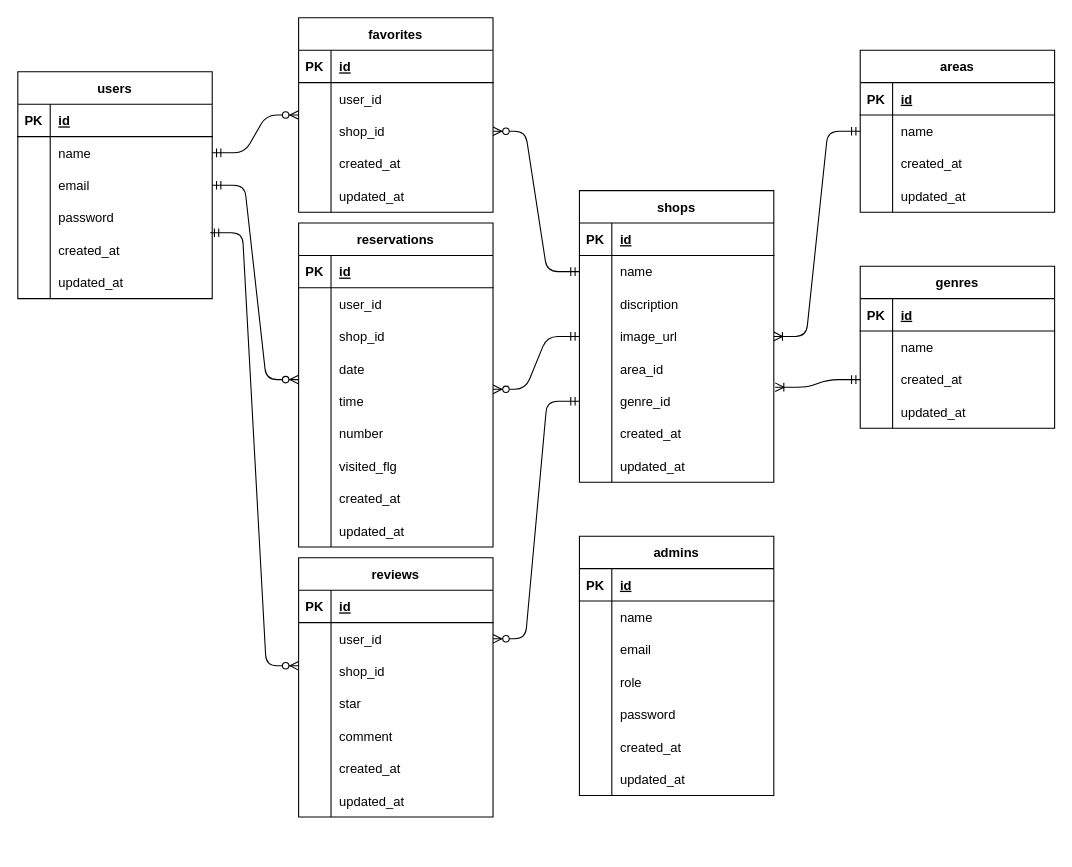
Above: er.dio in mizuki44/rese_system (draw.io), before the change. Source tidied: cells renumbered, new cells numbered last; positions are measured from the earlier drawing's top-left corner, leaving out a move shared by most shapes. Both pictures are drawn from the tidied source at 108%, with x=0, y=0 at pixel (17, 17).
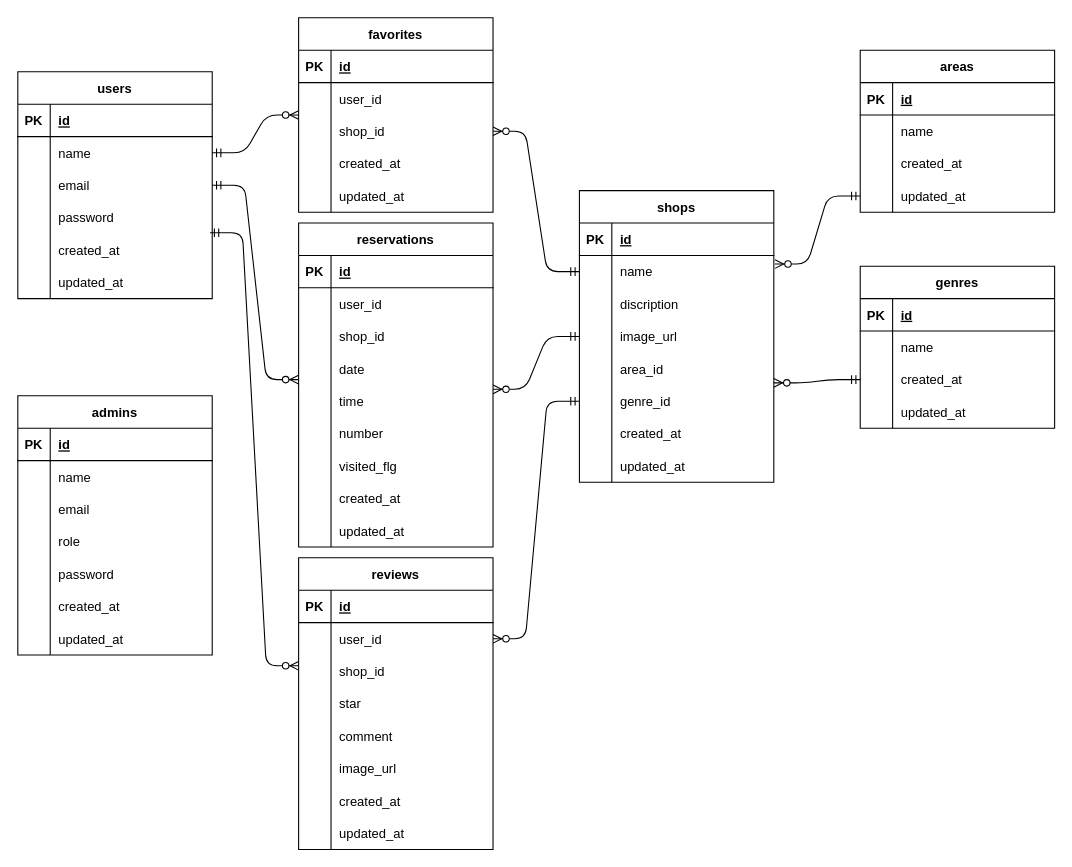
The same page after the edit.

Unchanged cells that the change refers to:
```xml
<mxCell id="25" style="shape=tableRow;horizontal=0;startSize=0;swimlaneHead=0;swimlaneBody=0;fillColor=none;points=[[0,0.5],[1,0.5]];portConstraint=eastwest;top=0;left=0;right=0;bottom=0;" parent="21" vertex="1">
  <mxGeometry y="60" width="180" height="30" as="geometry" />
</mxCell>
<mxCell id="31" style="shape=tableRow;horizontal=0;startSize=0;swimlaneHead=0;swimlaneBody=0;fillColor=none;points=[[0,0.5],[1,0.5]];portConstraint=eastwest;top=0;left=0;right=0;bottom=0;" parent="21" vertex="1">
  <mxGeometry y="120" width="180" height="30" as="geometry" />
</mxCell>
<mxCell id="41" style="shape=tableRow;horizontal=0;startSize=0;swimlaneHead=0;swimlaneBody=0;fillColor=none;points=[[0,0.5],[1,0.5]];portConstraint=eastwest;top=0;left=0;right=0;bottom=0;" parent="34" vertex="1">
  <mxGeometry y="90" width="180" height="30" as="geometry" />
</mxCell>
<mxCell id="51" style="shape=tableRow;horizontal=0;startSize=0;swimlaneHead=0;swimlaneBody=0;fillColor=none;points=[[0,0.5],[1,0.5]];portConstraint=eastwest;top=0;left=0;right=0;bottom=0;" parent="47" vertex="1">
  <mxGeometry y="60" width="180" height="30" as="geometry" />
</mxCell>
<mxCell id="57" style="shape=tableRow;horizontal=0;startSize=0;swimlaneHead=0;swimlaneBody=0;fillColor=none;points=[[0,0.5],[1,0.5]];portConstraint=eastwest;top=0;left=0;right=0;bottom=0;" parent="47" vertex="1">
  <mxGeometry y="120" width="180" height="30" as="geometry" />
</mxCell>
<mxCell id="63" style="shape=tableRow;horizontal=0;startSize=0;swimlaneHead=0;swimlaneBody=0;fillColor=none;points=[[0,0.5],[1,0.5]];portConstraint=eastwest;top=0;left=0;right=0;bottom=0;" parent="47" vertex="1">
  <mxGeometry y="180" width="180" height="30" as="geometry" />
</mxCell>
```

What changed in the source:
```diff
@@
     <mxCell id="88" value="reviews" style="shape=table;startSize=30;childLayout=tableLayout;rowLines=0;fontStyle=1;align=center;" parent="1" vertex="1">
-      <mxGeometry x="260" y="500" width="180" height="240" as="geometry" />
+      <mxGeometry x="260" y="500" width="180" height="270" as="geometry" />
     </mxCell>
@@
+    <mxCell id="168" style="shape=tableRow;horizontal=0;startSize=0;swimlaneHead=0;swimlaneBody=0;fillColor=none;top=0;left=0;right=0;bottom=0;" parent="88" vertex="1">
+      <mxGeometry y="180" width="180" height="30" as="geometry" />
+    </mxCell>
+    <mxCell id="169" style="shape=partialRectangle;fillColor=none;top=0;left=0;bottom=0;right=0;overflow=hidden;" parent="168" vertex="1">
+      <mxGeometry width="30" height="30" as="geometry" />
+    </mxCell>
+    <mxCell id="170" value="image_url" style="shape=partialRectangle;fillColor=none;top=0;left=0;bottom=0;right=0;align=left;spacingLeft=6;overflow=hidden;" parent="168" vertex="1">
+      <mxGeometry x="30" width="150" height="30" as="geometry" />
+    </mxCell>
     <mxCell id="104" style="shape=tableRow;horizontal=0;startSize=0;swimlaneHead=0;swimlaneBody=0;fillColor=none;top=0;left=0;right=0;bottom=0;" parent="88" vertex="1">
-      <mxGeometry y="180" width="180" height="30" as="geometry" />
+      <mxGeometry y="210" width="180" height="30" as="geometry" />
     </mxCell>
@@
     <mxCell id="107" style="shape=tableRow;horizontal=0;startSize=0;swimlaneHead=0;swimlaneBody=0;fillColor=none;top=0;left=0;right=0;bottom=0;" parent="88" vertex="1">
-      <mxGeometry y="210" width="180" height="30" as="geometry" />
+      <mxGeometry y="240" width="180" height="30" as="geometry" />
     </mxCell>
@@
-    <mxCell id="116" style="edgeStyle=entityRelationEdgeStyle;fontSize=12;html=1;endArrow=ERoneToMany;startArrow=ERmandOne;entryX=1.007;entryY=0.067;entryDx=0;entryDy=0;entryPerimeter=0;exitX=0;exitY=0.5;exitDx=0;exitDy=0;" parent="1" edge="1" source="41" target="63">
-      <mxGeometry relative="1" as="geometry" />
-    </mxCell>
-    <mxCell id="117" style="edgeStyle=entityRelationEdgeStyle;fontSize=12;html=1;endArrow=ERoneToMany;startArrow=ERmandOne;entryX=1;entryY=0.5;entryDx=0;entryDy=0;exitX=0;exitY=0.5;exitDx=0;exitDy=0;" parent="1" edge="1" source="25" target="57">
-      <mxGeometry relative="1" as="geometry" />
-    </mxCell>
     <mxCell id="118" value="admins" style="shape=table;startSize=30;childLayout=tableLayout;rowLines=0;fontStyle=1;align=center;" parent="1" vertex="1">
-      <mxGeometry x="520" y="480" width="180" height="240" as="geometry" />
+      <mxGeometry y="350" width="180" height="240" as="geometry" />
     </mxCell>
@@
+    <mxCell id="116" style="edgeStyle=entityRelationEdgeStyle;fontSize=12;html=1;endArrow=ERzeroToMany;startArrow=ERmandOne;entryX=1;entryY=-0.067;entryDx=0;entryDy=0;entryPerimeter=0;exitX=0;exitY=0.5;exitDx=0;exitDy=0;" parent="1" edge="1" source="41" target="63">
+      <mxGeometry relative="1" as="geometry" />
+    </mxCell>
+    <mxCell id="171" style="edgeStyle=entityRelationEdgeStyle;fontSize=12;html=1;endArrow=ERzeroToMany;startArrow=ERmandOne;entryX=1.006;entryY=0.267;entryDx=0;entryDy=0;entryPerimeter=0;exitX=0;exitY=0.5;exitDx=0;exitDy=0;" parent="1" edge="1" source="31" target="51">
+      <mxGeometry relative="1" as="geometry" />
+    </mxCell>
```
